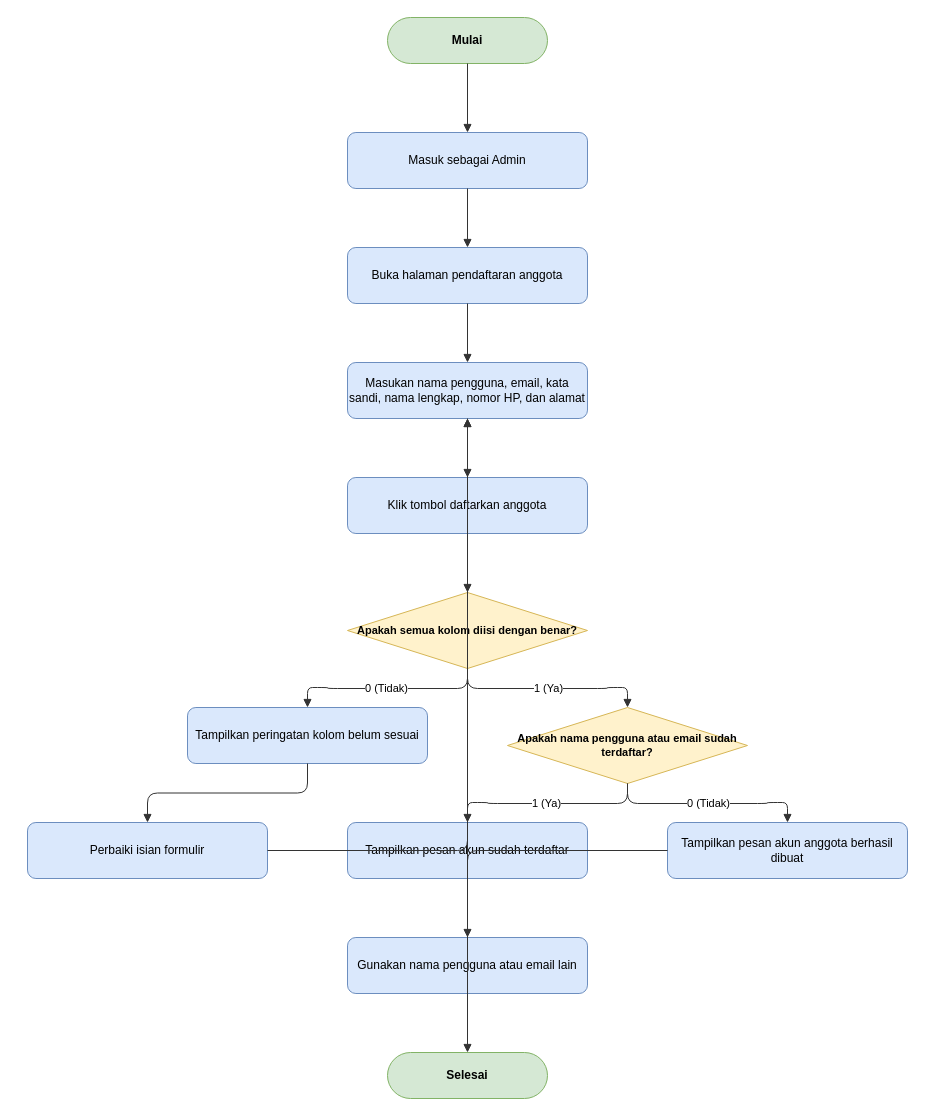
The draw.io diagram docs/diagrams/flowchart/flowchart-register.drawio in dimstyle/ruang-baca, before the edit. Source tidied: cells renumbered, new cells numbered last; positions are measured from the earlier drawing's top-left corner, leaving out a move shared by most shapes. Both pictures are drawn from the tidied source at 100%, with x=0, y=0 at pixel (27, 17).
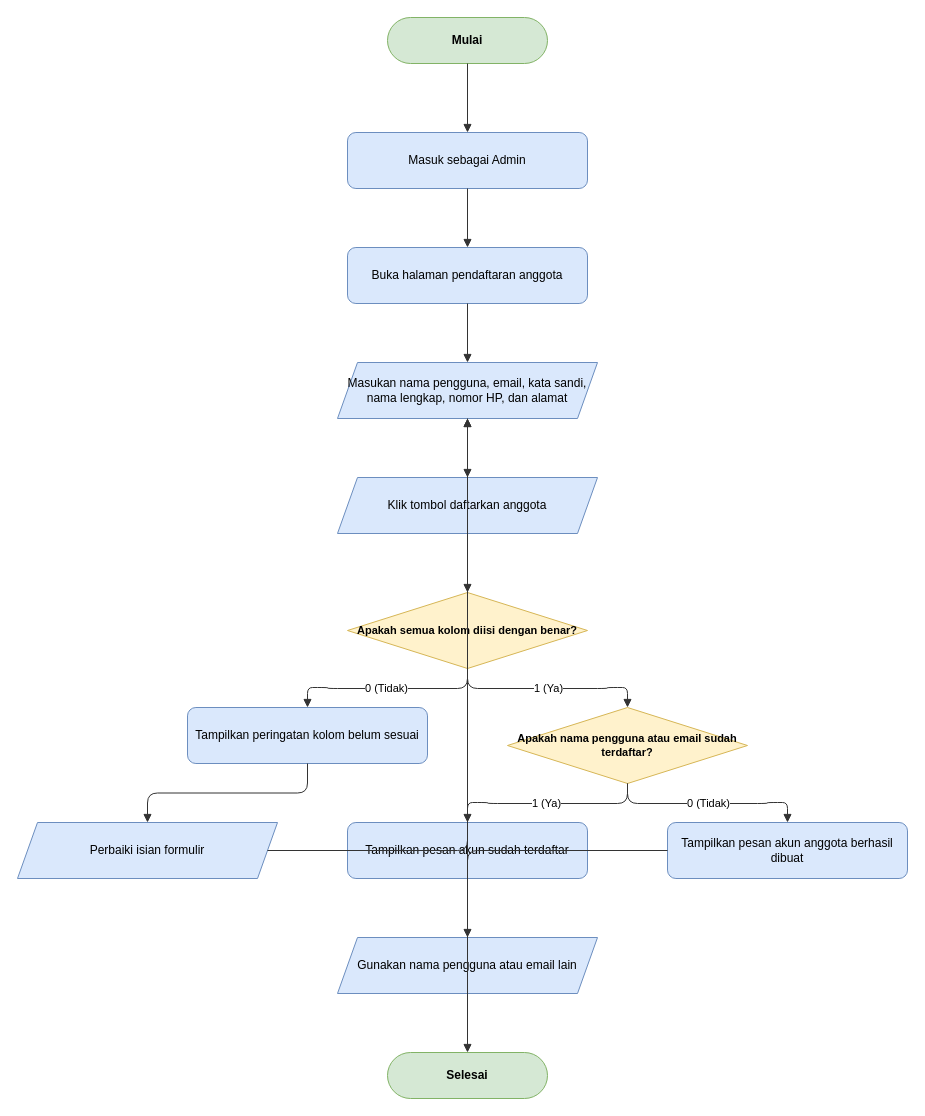
After the change.

The edit, as a diff of the source:
```diff
@@
-    <mxCell id="5" value="Masukan nama pengguna, email, kata sandi, nama lengkap, nomor HP, dan alamat" style="rounded=1;whiteSpace=wrap;html=1;fillColor=#dae8fc;strokeColor=#6c8ebf;fontSize=12;" parent="1" vertex="1">
-      <mxGeometry x="320" y="345" width="240" height="56" as="geometry" />
+    <mxCell id="5" value="Masukan nama pengguna, email, kata sandi, nama lengkap, nomor HP, dan alamat" style="shape=parallelogram;perimeter=parallelogramPerimeter;whiteSpace=wrap;html=1;fixedSize=1;fillColor=#dae8fc;strokeColor=#6c8ebf;fontSize=12;" parent="1" vertex="1">
+      <mxGeometry x="310" y="345" width="260" height="56" as="geometry" />
     </mxCell>
-    <mxCell id="6" value="Klik tombol daftarkan anggota" style="rounded=1;whiteSpace=wrap;html=1;fillColor=#dae8fc;strokeColor=#6c8ebf;fontSize=12;" parent="1" vertex="1">
-      <mxGeometry x="320" y="460" width="240" height="56" as="geometry" />
+    <mxCell id="6" value="Klik tombol daftarkan anggota" style="shape=parallelogram;perimeter=parallelogramPerimeter;whiteSpace=wrap;html=1;fixedSize=1;fillColor=#dae8fc;strokeColor=#6c8ebf;fontSize=12;" parent="1" vertex="1">
+      <mxGeometry x="310" y="460" width="260" height="56" as="geometry" />
     </mxCell>
@@
-    <mxCell id="10" value="Perbaiki isian formulir" style="rounded=1;whiteSpace=wrap;html=1;fillColor=#dae8fc;strokeColor=#6c8ebf;fontSize=12;" parent="1" vertex="1">
-      <mxGeometry y="805" width="240" height="56" as="geometry" />
+    <mxCell id="10" value="Perbaiki isian formulir" style="shape=parallelogram;perimeter=parallelogramPerimeter;whiteSpace=wrap;html=1;fixedSize=1;fillColor=#dae8fc;strokeColor=#6c8ebf;fontSize=12;" parent="1" vertex="1">
+      <mxGeometry x="-10" y="805" width="260" height="56" as="geometry" />
     </mxCell>
@@
-    <mxCell id="13" value="Gunakan nama pengguna atau email lain" style="rounded=1;whiteSpace=wrap;html=1;fillColor=#dae8fc;strokeColor=#6c8ebf;fontSize=12;" parent="1" vertex="1">
-      <mxGeometry x="320" y="920" width="240" height="56" as="geometry" />
+    <mxCell id="13" value="Gunakan nama pengguna atau email lain" style="shape=parallelogram;perimeter=parallelogramPerimeter;whiteSpace=wrap;html=1;fixedSize=1;fillColor=#dae8fc;strokeColor=#6c8ebf;fontSize=12;" parent="1" vertex="1">
+      <mxGeometry x="310" y="920" width="260" height="56" as="geometry" />
     </mxCell>
```
